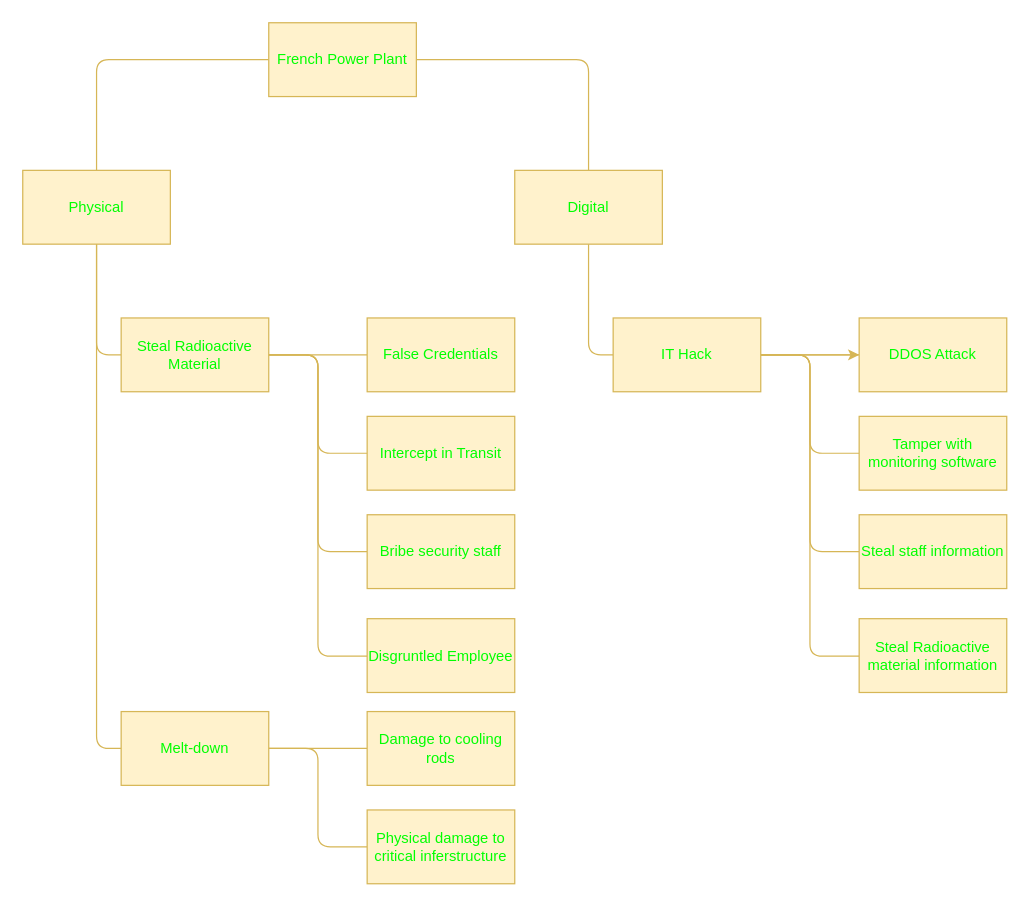
Before: SRM/ModellingExcercise/Assets/AttackTree.drawio in MCollins87/MSC_EnterpriseIT, a draw.io diagram. Source tidied: cells renumbered, new cells numbered last; positions are measured from the earlier drawing's top-left corner, leaving out a move shared by most shapes. Both pictures are drawn from the tidied source at 123%, with x=0, y=0 at pixel (22, 22).
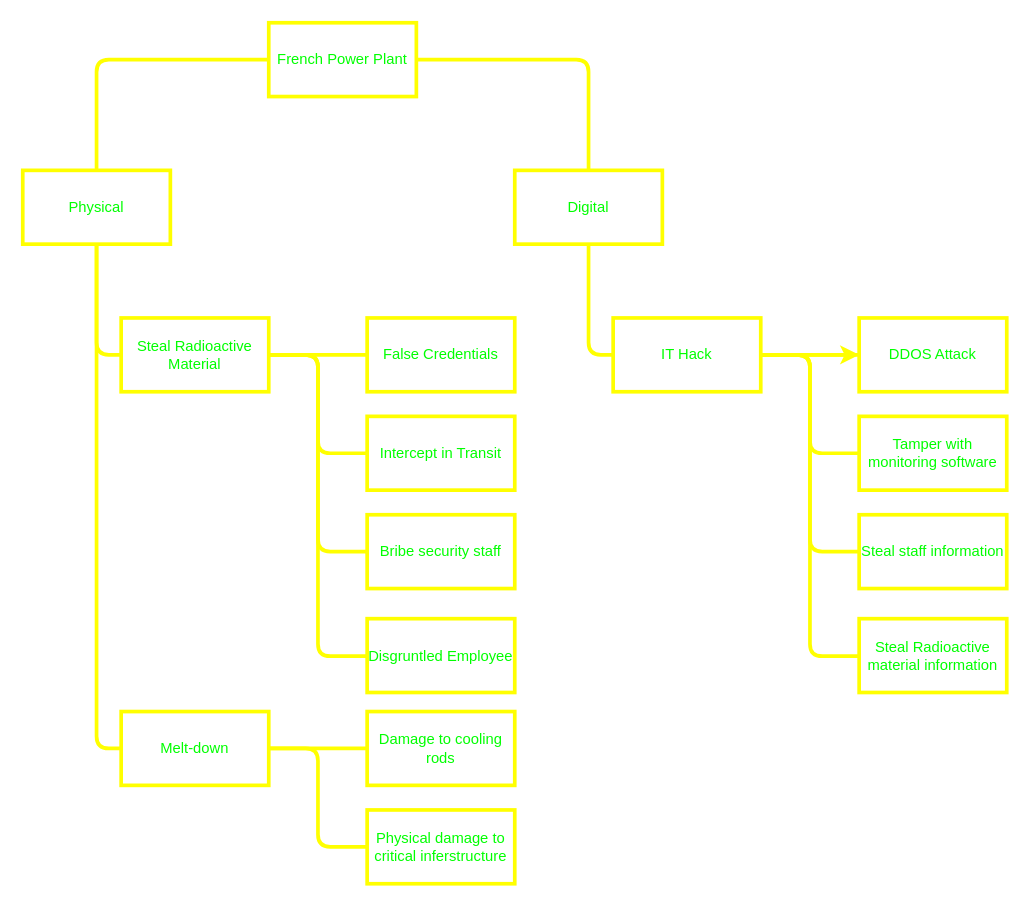
The same page after the edit.

What changed in the source:
```diff
@@
-    <mxCell id="2" style="edgeStyle=orthogonalEdgeStyle;rounded=1;jettySize=auto;html=1;endArrow=none;endFill=0;curved=0;strokeColor=#d6b656;fontColor=#00FF00;fillColor=#fff2cc;" parent="1" edge="1" source="4" target="7">
+    <mxCell id="2" style="edgeStyle=orthogonalEdgeStyle;rounded=1;jettySize=auto;html=1;endArrow=none;endFill=0;curved=0;strokeColor=#ffff00;fontColor=#00FF00;fillColor=#fff2cc;strokeWidth=3;" parent="1" edge="1" source="4" target="7">
       <mxGeometry relative="1" as="geometry" />
     </mxCell>
-    <mxCell id="3" style="edgeStyle=orthogonalEdgeStyle;rounded=1;jettySize=auto;html=1;endArrow=none;endFill=0;curved=0;strokeColor=#d6b656;fontColor=#00FF00;fillColor=#fff2cc;" parent="1" edge="1" source="4" target="9">
+    <mxCell id="3" style="edgeStyle=orthogonalEdgeStyle;rounded=1;jettySize=auto;html=1;endArrow=none;endFill=0;curved=0;strokeColor=#ffff00;fontColor=#00FF00;fillColor=#fff2cc;strokeWidth=3;" parent="1" edge="1" source="4" target="9">
       <mxGeometry relative="1" as="geometry" />
     </mxCell>
-    <mxCell id="4" value="French Power Plant" style="rounded=0;whiteSpace=wrap;html=1;fillColor=#fff2cc;strokeColor=#d6b656;fontColor=#00FF00;" parent="1" vertex="1">
+    <mxCell id="4" value="French Power Plant" style="rounded=0;whiteSpace=wrap;html=1;fillColor=none;strokeColor=#ffff00;fontColor=#00FF00;strokeWidth=3;" parent="1" vertex="1">
       <mxGeometry x="200" width="120" height="60" as="geometry" />
     </mxCell>
-    <mxCell id="5" style="edgeStyle=orthogonalEdgeStyle;rounded=1;jettySize=auto;html=1;exitX=0.5;exitY=1;exitDx=0;exitDy=0;entryX=0;entryY=0.5;entryDx=0;entryDy=0;endArrow=none;endFill=0;curved=0;strokeColor=#d6b656;fontColor=#00FF00;fillColor=#fff2cc;" parent="1" edge="1" source="7" target="14">
+    <mxCell id="5" style="edgeStyle=orthogonalEdgeStyle;rounded=1;jettySize=auto;html=1;exitX=0.5;exitY=1;exitDx=0;exitDy=0;entryX=0;entryY=0.5;entryDx=0;entryDy=0;endArrow=none;endFill=0;curved=0;strokeColor=#ffff00;fontColor=#00FF00;fillColor=#fff2cc;strokeWidth=3;" parent="1" edge="1" source="7" target="14">
       <mxGeometry relative="1" as="geometry" />
     </mxCell>
-    <mxCell id="6" style="edgeStyle=orthogonalEdgeStyle;rounded=1;jettySize=auto;html=1;entryX=0;entryY=0.5;entryDx=0;entryDy=0;endArrow=none;endFill=0;curved=0;strokeColor=#d6b656;fontColor=#00FF00;fillColor=#fff2cc;" parent="1" edge="1" source="7" target="21">
+    <mxCell id="6" style="edgeStyle=orthogonalEdgeStyle;rounded=1;jettySize=auto;html=1;entryX=0;entryY=0.5;entryDx=0;entryDy=0;endArrow=none;endFill=0;curved=0;strokeColor=#ffff00;fontColor=#00FF00;fillColor=#fff2cc;strokeWidth=3;" parent="1" edge="1" source="7" target="21">
       <mxGeometry relative="1" as="geometry" />
     </mxCell>
-    <mxCell id="7" value="Physical" style="rounded=0;whiteSpace=wrap;html=1;fillColor=#fff2cc;strokeColor=#d6b656;fontColor=#00FF00;" parent="1" vertex="1">
+    <mxCell id="7" value="Physical" style="rounded=0;whiteSpace=wrap;html=1;fillColor=none;strokeColor=#ffff00;fontColor=#00FF00;strokeWidth=3;" parent="1" vertex="1">
       <mxGeometry y="120" width="120" height="60" as="geometry" />
     </mxCell>
-    <mxCell id="8" style="edgeStyle=orthogonalEdgeStyle;rounded=1;jettySize=auto;html=1;entryX=0;entryY=0.5;entryDx=0;entryDy=0;endArrow=none;endFill=0;curved=0;strokeColor=#d6b656;fontColor=#00FF00;fillColor=#fff2cc;" parent="1" edge="1" source="9" target="29">
+    <mxCell id="8" style="edgeStyle=orthogonalEdgeStyle;rounded=1;jettySize=auto;html=1;entryX=0;entryY=0.5;entryDx=0;entryDy=0;endArrow=none;endFill=0;curved=0;strokeColor=#ffff00;fontColor=#00FF00;fillColor=#fff2cc;strokeWidth=3;" parent="1" edge="1" source="9" target="29">
       <mxGeometry relative="1" as="geometry" />
     </mxCell>
-    <mxCell id="9" value="Digital" style="rounded=0;whiteSpace=wrap;html=1;fillColor=#fff2cc;strokeColor=#d6b656;fontColor=#00FF00;" parent="1" vertex="1">
+    <mxCell id="9" value="Digital" style="rounded=0;whiteSpace=wrap;html=1;fillColor=none;strokeColor=#ffff00;fontColor=#00FF00;strokeWidth=3;" parent="1" vertex="1">
       <mxGeometry x="400" y="120" width="120" height="60" as="geometry" />
     </mxCell>
-    <mxCell id="10" style="edgeStyle=orthogonalEdgeStyle;rounded=1;jettySize=auto;html=1;endArrow=none;endFill=0;curved=0;strokeColor=#d6b656;fontColor=#00FF00;fillColor=#fff2cc;" parent="1" edge="1" source="14" target="15">
+    <mxCell id="10" style="edgeStyle=orthogonalEdgeStyle;rounded=1;jettySize=auto;html=1;endArrow=none;endFill=0;curved=0;strokeColor=#ffff00;fontColor=#00FF00;fillColor=#fff2cc;strokeWidth=3;" parent="1" edge="1" source="14" target="15">
       <mxGeometry relative="1" as="geometry" />
     </mxCell>
-    <mxCell id="11" style="edgeStyle=orthogonalEdgeStyle;rounded=1;jettySize=auto;html=1;endArrow=none;endFill=0;curved=0;strokeColor=#d6b656;fontColor=#00FF00;fillColor=#fff2cc;" parent="1" edge="1" source="14" target="16">
+    <mxCell id="11" style="edgeStyle=orthogonalEdgeStyle;rounded=1;jettySize=auto;html=1;endArrow=none;endFill=0;curved=0;strokeColor=#ffff00;fontColor=#00FF00;fillColor=#fff2cc;strokeWidth=3;" parent="1" edge="1" source="14" target="16">
       <mxGeometry relative="1" as="geometry">
         <Array as="points">
           <mxPoint x="240" y="270" />
           <mxPoint x="240" y="350" />
         </Array>
       </mxGeometry>
     </mxCell>
-    <mxCell id="12" style="edgeStyle=orthogonalEdgeStyle;rounded=1;jettySize=auto;html=1;endArrow=none;endFill=0;curved=0;strokeColor=#d6b656;fontColor=#00FF00;fillColor=#fff2cc;" parent="1" edge="1" source="14" target="17">
+    <mxCell id="12" style="edgeStyle=orthogonalEdgeStyle;rounded=1;jettySize=auto;html=1;endArrow=none;endFill=0;curved=0;strokeColor=#ffff00;fontColor=#00FF00;fillColor=#fff2cc;strokeWidth=3;" parent="1" edge="1" source="14" target="17">
       <mxGeometry relative="1" as="geometry">
         <Array as="points">
           <mxPoint x="240" y="270" />
           <mxPoint x="240" y="430" />
         </Array>
       </mxGeometry>
     </mxCell>
-    <mxCell id="13" style="edgeStyle=orthogonalEdgeStyle;rounded=1;jettySize=auto;html=1;endArrow=none;endFill=0;curved=0;strokeColor=#d6b656;fontColor=#00FF00;fillColor=#fff2cc;" parent="1" edge="1" source="14" target="18">
+    <mxCell id="13" style="edgeStyle=orthogonalEdgeStyle;rounded=1;jettySize=auto;html=1;endArrow=none;endFill=0;curved=0;strokeColor=#ffff00;fontColor=#00FF00;fillColor=#fff2cc;strokeWidth=3;" parent="1" edge="1" source="14" target="18">
       <mxGeometry relative="1" as="geometry">
         <Array as="points">
           <mxPoint x="240" y="270" />
           <mxPoint x="240" y="515" />
         </Array>
       </mxGeometry>
     </mxCell>
-    <mxCell id="14" value="Steal Radioactive Material" style="rounded=0;whiteSpace=wrap;html=1;fillColor=#fff2cc;strokeColor=#d6b656;fontColor=#00FF00;" parent="1" vertex="1">
+    <mxCell id="14" value="Steal Radioactive Material" style="rounded=0;whiteSpace=wrap;html=1;fillColor=none;strokeColor=#ffff00;fontColor=#00FF00;strokeWidth=3;" parent="1" vertex="1">
       <mxGeometry x="80" y="240" width="120" height="60" as="geometry" />
     </mxCell>
-    <mxCell id="15" value="False Credentials" style="rounded=0;whiteSpace=wrap;html=1;fillColor=#fff2cc;strokeColor=#d6b656;fontColor=#00FF00;" parent="1" vertex="1">
+    <mxCell id="15" value="False Credentials" style="rounded=0;whiteSpace=wrap;html=1;fillColor=none;strokeColor=#ffff00;fontColor=#00FF00;strokeWidth=3;" parent="1" vertex="1">
       <mxGeometry x="280" y="240" width="120" height="60" as="geometry" />
     </mxCell>
-    <mxCell id="16" value="Intercept in Transit" style="rounded=0;whiteSpace=wrap;html=1;fillColor=#fff2cc;strokeColor=#d6b656;fontColor=#00FF00;" parent="1" vertex="1">
+    <mxCell id="16" value="Intercept in Transit" style="rounded=0;whiteSpace=wrap;html=1;fillColor=none;strokeColor=#ffff00;fontColor=#00FF00;strokeWidth=3;" parent="1" vertex="1">
       <mxGeometry x="280" y="320" width="120" height="60" as="geometry" />
     </mxCell>
-    <mxCell id="17" value="Bribe security staff" style="rounded=0;whiteSpace=wrap;html=1;fillColor=#fff2cc;strokeColor=#d6b656;fontColor=#00FF00;" parent="1" vertex="1">
+    <mxCell id="17" value="Bribe security staff" style="rounded=0;whiteSpace=wrap;html=1;fillColor=none;strokeColor=#ffff00;fontColor=#00FF00;strokeWidth=3;" parent="1" vertex="1">
       <mxGeometry x="280" y="400" width="120" height="60" as="geometry" />
     </mxCell>
-    <mxCell id="18" value="Disgruntled Employee" style="rounded=0;whiteSpace=wrap;html=1;fillColor=#fff2cc;strokeColor=#d6b656;fontColor=#00FF00;" parent="1" vertex="1">
+    <mxCell id="18" value="Disgruntled Employee" style="rounded=0;whiteSpace=wrap;html=1;fillColor=none;strokeColor=#ffff00;fontColor=#00FF00;strokeWidth=3;" parent="1" vertex="1">
       <mxGeometry x="280" y="484.5" width="120" height="60" as="geometry" />
     </mxCell>
-    <mxCell id="19" style="edgeStyle=orthogonalEdgeStyle;rounded=1;jettySize=auto;html=1;endArrow=none;endFill=0;curved=0;strokeColor=#d6b656;fontColor=#00FF00;fillColor=#fff2cc;" parent="1" edge="1" source="21" target="22">
+    <mxCell id="19" style="edgeStyle=orthogonalEdgeStyle;rounded=1;jettySize=auto;html=1;endArrow=none;endFill=0;curved=0;strokeColor=#ffff00;fontColor=#00FF00;fillColor=#fff2cc;strokeWidth=3;" parent="1" edge="1" source="21" target="22">
       <mxGeometry relative="1" as="geometry" />
     </mxCell>
-    <mxCell id="20" style="edgeStyle=orthogonalEdgeStyle;rounded=1;jettySize=auto;html=1;endArrow=none;endFill=0;curved=0;strokeColor=#d6b656;fontColor=#00FF00;fillColor=#fff2cc;" parent="1" edge="1" source="21" target="23">
+    <mxCell id="20" style="edgeStyle=orthogonalEdgeStyle;rounded=1;jettySize=auto;html=1;endArrow=none;endFill=0;curved=0;strokeColor=#ffff00;fontColor=#00FF00;fillColor=#fff2cc;strokeWidth=3;" parent="1" edge="1" source="21" target="23">
       <mxGeometry relative="1" as="geometry">
         <Array as="points">
           <mxPoint x="240" y="590" />
           <mxPoint x="240" y="670" />
         </Array>
       </mxGeometry>
     </mxCell>
-    <mxCell id="21" value="Melt-down" style="rounded=0;whiteSpace=wrap;html=1;fillColor=#fff2cc;strokeColor=#d6b656;fontColor=#00FF00;" parent="1" vertex="1">
+    <mxCell id="21" value="Melt-down" style="rounded=0;whiteSpace=wrap;html=1;fillColor=none;strokeColor=#ffff00;fontColor=#00FF00;strokeWidth=3;" parent="1" vertex="1">
       <mxGeometry x="80" y="560" width="120" height="60" as="geometry" />
     </mxCell>
-    <mxCell id="22" value="Damage to cooling rods" style="rounded=0;whiteSpace=wrap;html=1;fillColor=#fff2cc;strokeColor=#d6b656;fontColor=#00FF00;" parent="1" vertex="1">
+    <mxCell id="22" value="Damage to cooling rods" style="rounded=0;whiteSpace=wrap;html=1;fillColor=none;strokeColor=#ffff00;fontColor=#00FF00;strokeWidth=3;" parent="1" vertex="1">
       <mxGeometry x="280" y="560" width="120" height="60" as="geometry" />
     </mxCell>
-    <mxCell id="23" value="Physical damage to critical inferstructure" style="rounded=0;whiteSpace=wrap;html=1;fillColor=#fff2cc;strokeColor=#d6b656;fontColor=#00FF00;" parent="1" vertex="1">
+    <mxCell id="23" value="Physical damage to critical inferstructure" style="rounded=0;whiteSpace=wrap;html=1;fillColor=none;strokeColor=#ffff00;fontColor=#00FF00;strokeWidth=3;" parent="1" vertex="1">
       <mxGeometry x="280" y="640" width="120" height="60" as="geometry" />
     </mxCell>
-    <mxCell id="24" style="edgeStyle=orthogonalEdgeStyle;rounded=0;jettySize=auto;html=1;fontColor=#00FF00;fillColor=#fff2cc;strokeColor=#d6b656;" parent="1" edge="1" source="29" target="30">
+    <mxCell id="24" style="edgeStyle=orthogonalEdgeStyle;rounded=0;jettySize=auto;html=1;fontColor=#00FF00;fillColor=#fff2cc;strokeColor=#ffff00;strokeWidth=3;" parent="1" edge="1" source="29" target="30">
       <mxGeometry relative="1" as="geometry" />
     </mxCell>
-    <mxCell id="25" style="edgeStyle=orthogonalEdgeStyle;rounded=1;jettySize=auto;html=1;endArrow=none;endFill=0;curved=0;strokeColor=#d6b656;fontColor=#00FF00;fillColor=#fff2cc;" parent="1" edge="1" source="29" target="30">
+    <mxCell id="25" style="edgeStyle=orthogonalEdgeStyle;rounded=1;jettySize=auto;html=1;endArrow=none;endFill=0;curved=0;strokeColor=#ffff00;fontColor=#00FF00;fillColor=#fff2cc;strokeWidth=3;" parent="1" edge="1" source="29" target="30">
       <mxGeometry relative="1" as="geometry" />
     </mxCell>
-    <mxCell id="26" style="edgeStyle=orthogonalEdgeStyle;rounded=1;jettySize=auto;html=1;endArrow=none;endFill=0;curved=0;strokeColor=#d6b656;fontColor=#00FF00;fillColor=#fff2cc;" parent="1" edge="1" source="29" target="31">
+    <mxCell id="26" style="edgeStyle=orthogonalEdgeStyle;rounded=1;jettySize=auto;html=1;endArrow=none;endFill=0;curved=0;strokeColor=#ffff00;fontColor=#00FF00;fillColor=#fff2cc;strokeWidth=3;" parent="1" edge="1" source="29" target="31">
       <mxGeometry relative="1" as="geometry">
         <Array as="points">
           <mxPoint x="640" y="270" />
           <mxPoint x="640" y="350" />
         </Array>
       </mxGeometry>
     </mxCell>
-    <mxCell id="27" style="edgeStyle=orthogonalEdgeStyle;rounded=1;jettySize=auto;html=1;endArrow=none;endFill=0;curved=0;strokeColor=#d6b656;fontColor=#00FF00;fillColor=#fff2cc;" parent="1" edge="1" source="29" target="32">
+    <mxCell id="27" style="edgeStyle=orthogonalEdgeStyle;rounded=1;jettySize=auto;html=1;endArrow=none;endFill=0;curved=0;strokeColor=#ffff00;fontColor=#00FF00;fillColor=#fff2cc;strokeWidth=3;" parent="1" edge="1" source="29" target="32">
       <mxGeometry relative="1" as="geometry">
         <Array as="points">
           <mxPoint x="640" y="270" />
           <mxPoint x="640" y="430" />
         </Array>
       </mxGeometry>
     </mxCell>
-    <mxCell id="28" style="edgeStyle=orthogonalEdgeStyle;rounded=1;jettySize=auto;html=1;endArrow=none;endFill=0;curved=0;strokeColor=#d6b656;fontColor=#00FF00;fillColor=#fff2cc;" parent="1" edge="1" source="29" target="33">
+    <mxCell id="28" style="edgeStyle=orthogonalEdgeStyle;rounded=1;jettySize=auto;html=1;endArrow=none;endFill=0;curved=0;strokeColor=#ffff00;fontColor=#00FF00;fillColor=#fff2cc;strokeWidth=3;" parent="1" edge="1" source="29" target="33">
       <mxGeometry relative="1" as="geometry">
         <Array as="points">
           <mxPoint x="640" y="270" />
           <mxPoint x="640" y="515" />
         </Array>
       </mxGeometry>
     </mxCell>
-    <mxCell id="29" value="IT Hack" style="rounded=0;whiteSpace=wrap;html=1;fillColor=#fff2cc;strokeColor=#d6b656;fontColor=#00FF00;" parent="1" vertex="1">
+    <mxCell id="29" value="IT Hack" style="rounded=0;whiteSpace=wrap;html=1;fillColor=none;strokeColor=#ffff00;fontColor=#00FF00;strokeWidth=3;" parent="1" vertex="1">
       <mxGeometry x="480" y="240" width="120" height="60" as="geometry" />
     </mxCell>
-    <mxCell id="30" value="DDOS Attack" style="rounded=0;whiteSpace=wrap;html=1;fillColor=#fff2cc;strokeColor=#d6b656;fontColor=#00FF00;" parent="1" vertex="1">
+    <mxCell id="30" value="DDOS Attack" style="rounded=0;whiteSpace=wrap;html=1;fillColor=none;strokeColor=#ffff00;fontColor=#00FF00;strokeWidth=3;" parent="1" vertex="1">
       <mxGeometry x="680" y="240" width="120" height="60" as="geometry" />
     </mxCell>
-    <mxCell id="31" value="Tamper with monitoring software" style="rounded=0;whiteSpace=wrap;html=1;fillColor=#fff2cc;strokeColor=#d6b656;fontColor=#00FF00;" parent="1" vertex="1">
+    <mxCell id="31" value="Tamper with monitoring software" style="rounded=0;whiteSpace=wrap;html=1;fillColor=none;strokeColor=#ffff00;fontColor=#00FF00;strokeWidth=3;" parent="1" vertex="1">
       <mxGeometry x="680" y="320" width="120" height="60" as="geometry" />
     </mxCell>
-    <mxCell id="32" value="Steal staff information" style="rounded=0;whiteSpace=wrap;html=1;fillColor=#fff2cc;strokeColor=#d6b656;fontColor=#00FF00;" parent="1" vertex="1">
+    <mxCell id="32" value="Steal staff information" style="rounded=0;whiteSpace=wrap;html=1;fillColor=none;strokeColor=#ffff00;fontColor=#00FF00;strokeWidth=3;" parent="1" vertex="1">
       <mxGeometry x="680" y="400" width="120" height="60" as="geometry" />
     </mxCell>
-    <mxCell id="33" value="Steal Radioactive material information" style="rounded=0;whiteSpace=wrap;html=1;fillColor=#fff2cc;strokeColor=#d6b656;fontColor=#00FF00;" parent="1" vertex="1">
+    <mxCell id="33" value="Steal Radioactive material information" style="rounded=0;whiteSpace=wrap;html=1;fillColor=none;strokeColor=#ffff00;fontColor=#00FF00;strokeWidth=3;" parent="1" vertex="1">
       <mxGeometry x="680" y="484.5" width="120" height="60" as="geometry" />
     </mxCell>
```
